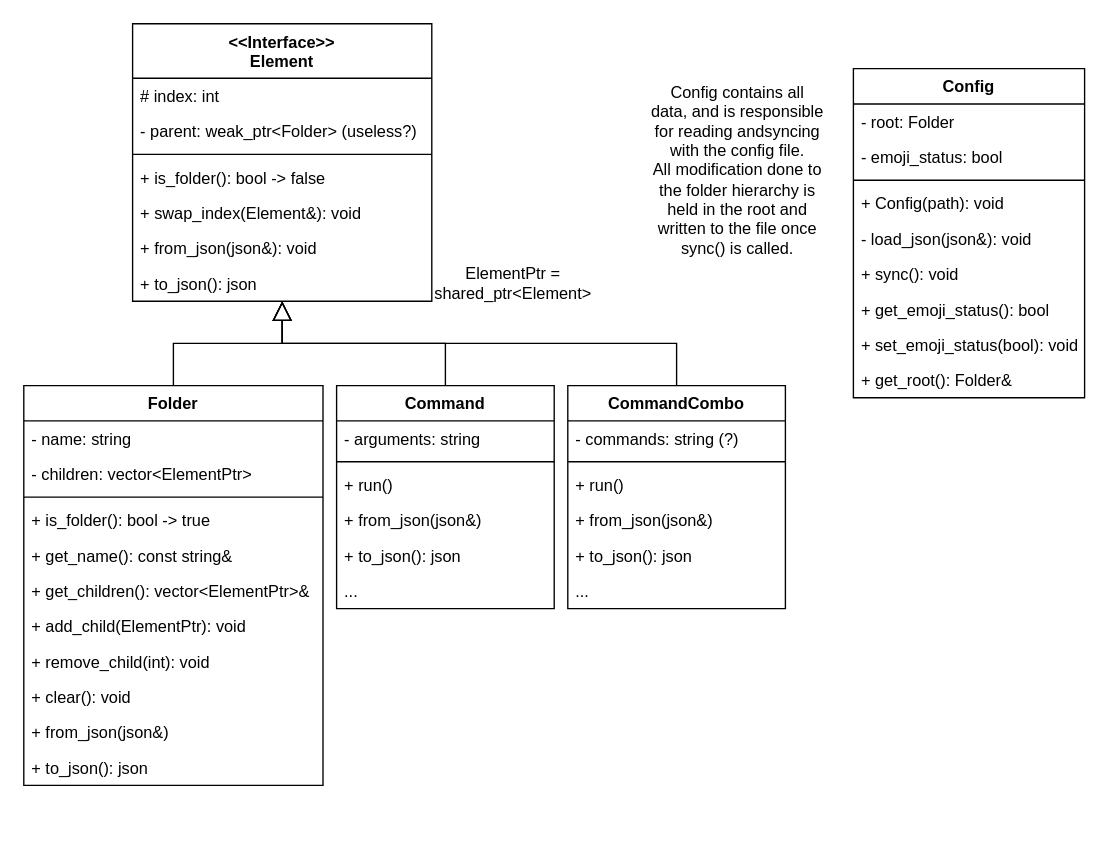
Above: examples/cpad_uml.drawio in RenjiSann/Cpad (draw.io), before the change. Source tidied: cells renumbered, new cells numbered last; positions are measured from the earlier drawing's top-left corner, leaving out a move shared by most shapes. Both pictures are drawn from the tidied source at 136%, with x=0, y=0 at pixel (23, 23).
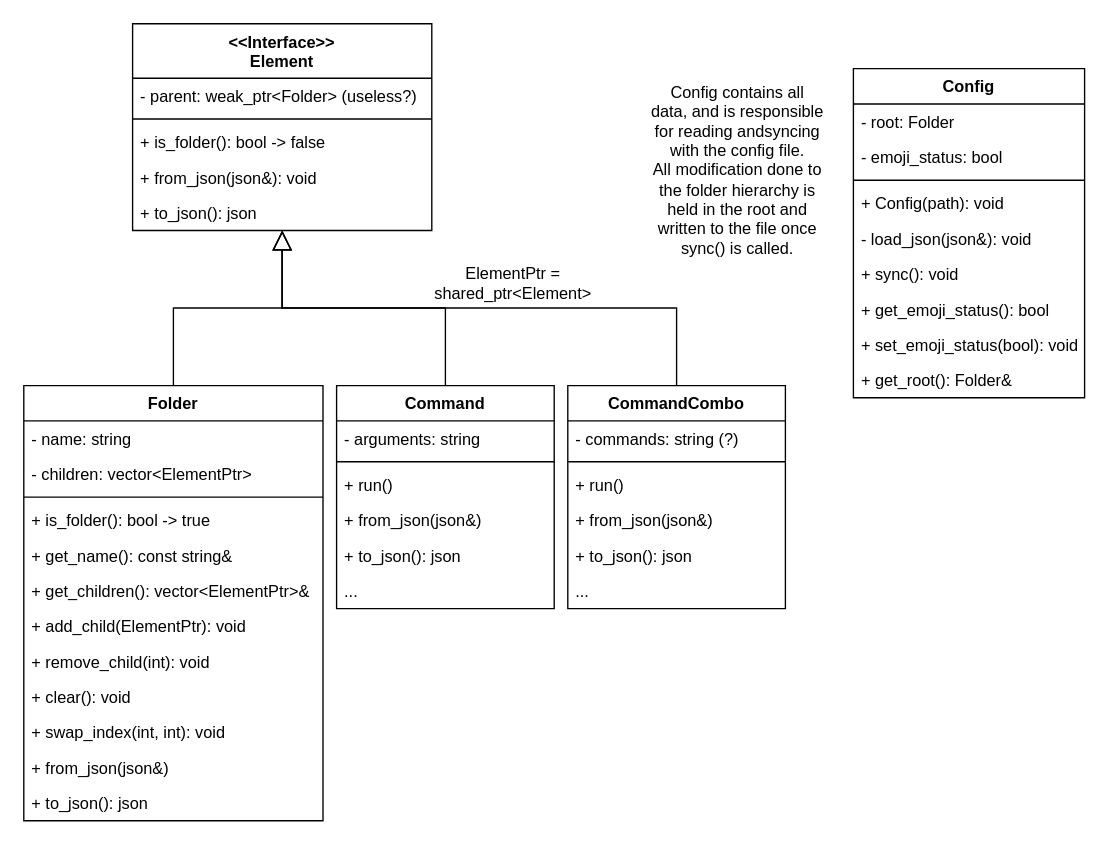
Above is the later version.

Commit message (it also covers changes not shown here):
Updated UML and json config example

Diff of the diagram source:
```diff
@@
     <mxCell id="2" value="&lt;&lt;Interface&gt;&gt;&#10;Element" style="swimlane;fontStyle=1;align=center;verticalAlign=top;horizontal=1;startSize=40;rounded=0;shadow=0;sketch=0;glass=0;swimlaneLine=1;" parent="1" vertex="1">
-      <mxGeometry x="80" width="220" height="204" as="geometry" />
+      <mxGeometry x="80" width="220" height="152" as="geometry" />
     </mxCell>
-    <mxCell id="3" value="# index: int" style="text;strokeColor=none;fillColor=none;align=left;verticalAlign=top;spacingLeft=4;spacingRight=4;overflow=hidden;rounded=0;shadow=0;glass=0;sketch=0;" parent="2" vertex="1">
-      <mxGeometry y="40" width="220" height="26" as="geometry" />
-    </mxCell>
     <mxCell id="4" value="- parent: weak_ptr&lt;Folder&gt; (useless?)" style="text;strokeColor=none;fillColor=none;align=left;verticalAlign=top;spacingLeft=4;spacingRight=4;overflow=hidden;rounded=0;shadow=0;glass=0;sketch=0;" parent="2" vertex="1">
-      <mxGeometry y="66" width="220" height="26" as="geometry" />
+      <mxGeometry y="40" width="220" height="26" as="geometry" />
     </mxCell>
     <mxCell id="5" style="line;strokeWidth=1;fillColor=none;align=left;verticalAlign=middle;spacingTop=-1;spacingLeft=3;spacingRight=3;labelPosition=right;" parent="2" vertex="1">
-      <mxGeometry y="92" width="220" height="8" as="geometry" />
+      <mxGeometry y="66" width="220" height="8" as="geometry" />
     </mxCell>
     <mxCell id="6" value="+ is_folder(): bool -&gt; false" style="text;strokeColor=none;fillColor=none;align=left;verticalAlign=top;spacingLeft=4;spacingRight=4;overflow=hidden;" parent="2" vertex="1">
-      <mxGeometry y="100" width="220" height="26" as="geometry" />
+      <mxGeometry y="74" width="220" height="26" as="geometry" />
     </mxCell>
-    <mxCell id="7" value="+ swap_index(Element&amp;): void" style="text;strokeColor=none;fillColor=none;align=left;verticalAlign=top;spacingLeft=4;spacingRight=4;overflow=hidden;rounded=0;shadow=0;glass=0;sketch=0;" parent="2" vertex="1">
-      <mxGeometry y="126" width="220" height="26" as="geometry" />
-    </mxCell>
     <mxCell id="8" value="+ from_json(json&amp;): void" style="text;strokeColor=none;fillColor=none;align=left;verticalAlign=top;spacingLeft=4;spacingRight=4;overflow=hidden;rounded=0;shadow=0;glass=0;sketch=0;" parent="2" vertex="1">
-      <mxGeometry y="152" width="220" height="26" as="geometry" />
+      <mxGeometry y="100" width="220" height="26" as="geometry" />
     </mxCell>
     <mxCell id="9" value="+ to_json(): json" style="text;strokeColor=none;fillColor=none;align=left;verticalAlign=top;spacingLeft=4;spacingRight=4;overflow=hidden;rounded=0;shadow=0;glass=0;sketch=0;" parent="2" vertex="1">
-      <mxGeometry y="178" width="220" height="26" as="geometry" />
+      <mxGeometry y="126" width="220" height="26" as="geometry" />
     </mxCell>
     <mxCell id="10" value="Folder" style="swimlane;fontStyle=1;align=center;verticalAlign=top;horizontal=1;startSize=26;rounded=0;shadow=0;glass=0;sketch=0;fillColor=none;" parent="1" vertex="1">
-      <mxGeometry y="266" width="220" height="294" as="geometry" />
+      <mxGeometry y="266" width="220" height="320" as="geometry" />
     </mxCell>
@@
+    <mxCell id="7" value="+ swap_index(int, int): void" style="text;strokeColor=none;fillColor=none;align=left;verticalAlign=top;spacingLeft=4;spacingRight=4;overflow=hidden;rounded=0;shadow=0;glass=0;sketch=0;" parent="10" vertex="1">
+      <mxGeometry y="242" width="220" height="26" as="geometry" />
+    </mxCell>
     <mxCell id="20" value="+ from_json(json&amp;)" style="text;strokeColor=none;fillColor=none;align=left;verticalAlign=top;spacingLeft=4;spacingRight=4;overflow=hidden;rounded=0;shadow=0;glass=0;sketch=0;" parent="10" vertex="1">
-      <mxGeometry y="242" width="220" height="26" as="geometry" />
+      <mxGeometry y="268" width="220" height="26" as="geometry" />
     </mxCell>
     <mxCell id="21" value="+ to_json(): json" style="text;strokeColor=none;fillColor=none;align=left;verticalAlign=top;spacingLeft=4;spacingRight=4;overflow=hidden;rounded=0;shadow=0;glass=0;sketch=0;" parent="10" vertex="1">
-      <mxGeometry y="268" width="220" height="26" as="geometry" />
+      <mxGeometry y="294" width="220" height="26" as="geometry" />
     </mxCell>
```
